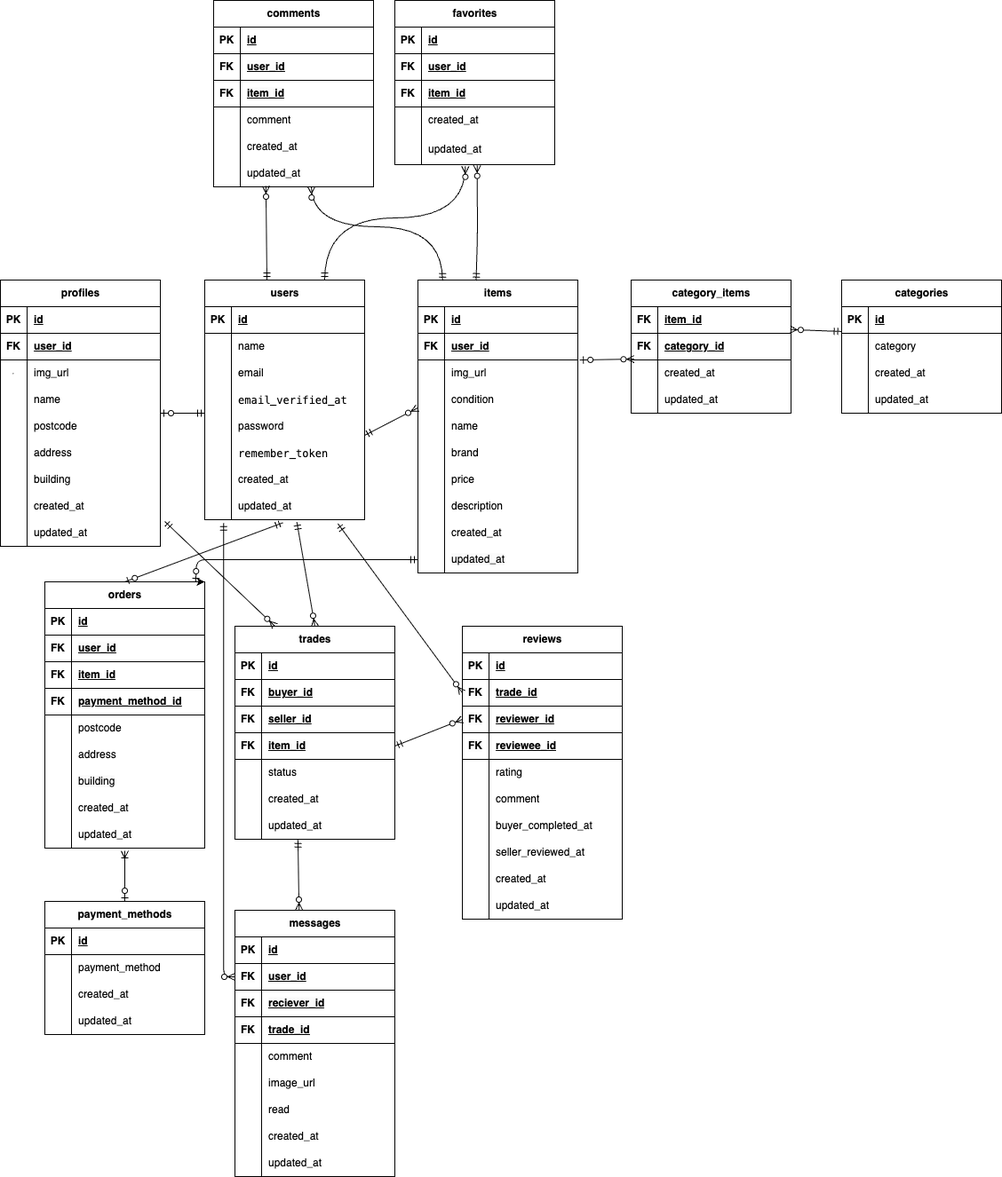
The draw.io diagram market.drawio.png in irokiyo/market-form, before a commit. Source tidied: cells renumbered, new cells last; positions are measured from the earlier drawing's top-left corner, leaving out a move shared by most shapes.
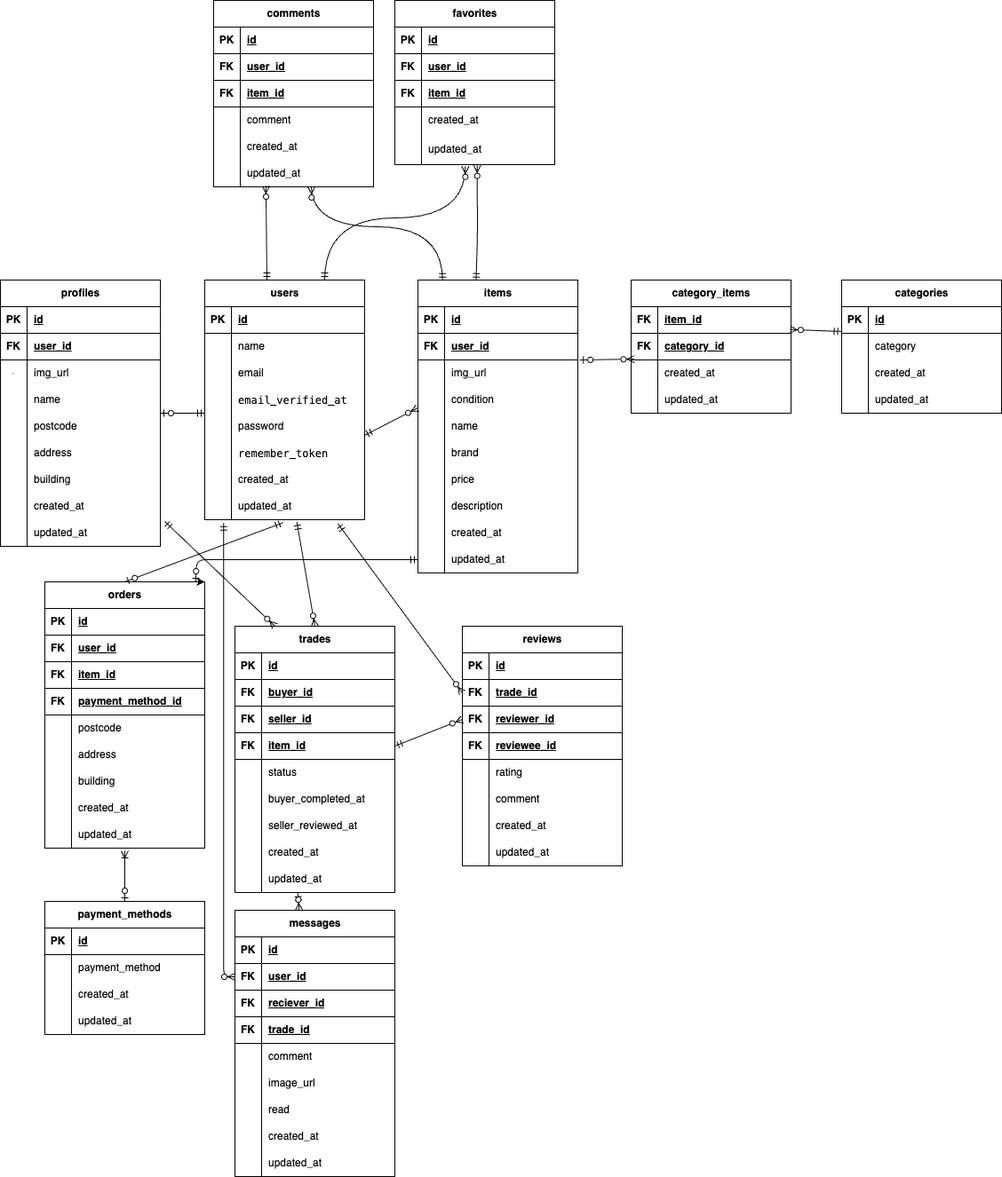
Above is the later version.

The edit, as a diff of the source:
```diff
@@ -619,7 +619,7 @@
       <mxGeometry relative="1" as="geometry" />
     </mxCell>
     <mxCell id="199" value="trades" style="shape=table;startSize=30;rowLines=0;fontStyle=1;align=center;html=1;" parent="1" vertex="1">
-      <mxGeometry x="264" y="705" width="180" height="240" as="geometry" />
+      <mxGeometry x="264" y="705" width="180" height="300" as="geometry" />
     </mxCell>
     <mxCell id="200" style="shape=tableRow;horizontal=0;startSize=0;swimlaneHead=0;swimlaneBody=0;fillColor=none;top=0;left=0;right=0;bottom=1;" parent="199" vertex="1">
       <mxGeometry y="30" width="180" height="30" as="geometry" />
@@ -666,8 +666,26 @@
     <mxCell id="214" value="status" style="shape=partialRectangle;fillColor=none;top=0;left=0;bottom=0;right=0;align=left;spacingLeft=6;overflow=hidden;whiteSpace=wrap;html=1;" parent="212" vertex="1">
       <mxGeometry x="30" width="150" height="30" as="geometry" />
     </mxCell>
+    <mxCell id="287" style="shape=tableRow;horizontal=0;startSize=0;swimlaneHead=0;swimlaneBody=0;fillColor=none;top=0;left=0;right=0;bottom=0;" parent="199" vertex="1">
+      <mxGeometry y="180" width="180" height="30" as="geometry" />
+    </mxCell>
+    <mxCell id="288" style="shape=partialRectangle;fillColor=none;top=0;left=0;bottom=0;right=0;overflow=hidden;whiteSpace=wrap;html=1;" parent="287" vertex="1">
+      <mxGeometry width="30" height="30" as="geometry" />
+    </mxCell>
+    <mxCell id="242" value="&lt;meta charset=&quot;utf-8&quot;&gt;&lt;span style=&quot;color: rgb(0, 0, 0); font-family: Helvetica; font-size: 12px; font-style: normal; font-variant-ligatures: normal; font-variant-caps: normal; font-weight: 400; letter-spacing: normal; orphans: 2; text-align: left; text-indent: 0px; text-transform: none; widows: 2; word-spacing: 0px; -webkit-text-stroke-width: 0px; white-space: normal; background-color: rgb(251, 251, 251); text-decoration-thickness: initial; text-decoration-style: initial; text-decoration-color: initial; display: inline !important; float: none;&quot;&gt;buyer_completed_at&lt;/span&gt;" style="shape=partialRectangle;fillColor=none;top=0;left=0;bottom=0;right=0;align=left;spacingLeft=6;overflow=hidden;whiteSpace=wrap;html=1;" parent="287" vertex="1">
+      <mxGeometry x="30" width="150" height="30" as="geometry" />
+    </mxCell>
+    <mxCell id="240" style="shape=tableRow;horizontal=0;startSize=0;swimlaneHead=0;swimlaneBody=0;fillColor=none;top=0;left=0;right=0;bottom=0;" parent="199" vertex="1">
+      <mxGeometry y="210" width="180" height="30" as="geometry" />
+    </mxCell>
+    <mxCell id="289" style="shape=partialRectangle;fillColor=none;top=0;left=0;bottom=0;right=0;overflow=hidden;whiteSpace=wrap;html=1;" parent="240" vertex="1">
+      <mxGeometry width="30" height="30" as="geometry" />
+    </mxCell>
+    <mxCell id="245" value="&lt;span style=&quot;color: rgb(0, 0, 0);&quot;&gt;seller_reviewed_at&lt;/span&gt;" style="shape=partialRectangle;fillColor=none;top=0;left=0;bottom=0;right=0;align=left;spacingLeft=6;overflow=hidden;whiteSpace=wrap;html=1;" parent="240" vertex="1">
+      <mxGeometry x="30" width="150" height="30" as="geometry" />
+    </mxCell>
     <mxCell id="215" style="shape=tableRow;horizontal=0;startSize=0;swimlaneHead=0;swimlaneBody=0;fillColor=none;top=0;left=0;right=0;bottom=0;" parent="199" vertex="1">
-      <mxGeometry y="180" width="180" height="30" as="geometry" />
+      <mxGeometry y="240" width="180" height="30" as="geometry" />
     </mxCell>
     <mxCell id="216" style="shape=partialRectangle;fillColor=none;top=0;left=0;bottom=0;right=0;overflow=hidden;whiteSpace=wrap;html=1;" parent="215" vertex="1">
       <mxGeometry width="30" height="30" as="geometry" />
@@ -676,7 +694,7 @@
       <mxGeometry x="30" width="150" height="30" as="geometry" />
     </mxCell>
     <mxCell id="218" style="shape=tableRow;horizontal=0;startSize=0;swimlaneHead=0;swimlaneBody=0;fillColor=none;points=[[0,0.5],[1,0.5]];portConstraint=eastwest;top=0;left=0;right=0;bottom=0;" parent="199" vertex="1">
-      <mxGeometry y="210" width="180" height="30" as="geometry" />
+      <mxGeometry y="270" width="180" height="30" as="geometry" />
     </mxCell>
     <mxCell id="219" style="shape=partialRectangle;fillColor=none;top=0;left=0;bottom=0;right=0;overflow=hidden;whiteSpace=wrap;html=1;" parent="218" vertex="1">
       <mxGeometry width="30" height="30" as="geometry" />
@@ -685,7 +703,7 @@
       <mxGeometry x="30" width="150" height="30" as="geometry" />
     </mxCell>
     <mxCell id="221" value="reviews" style="shape=table;startSize=30;rowLines=0;fontStyle=1;align=center;html=1;" parent="1" vertex="1">
-      <mxGeometry x="520" y="705" width="180" height="330" as="geometry" />
+      <mxGeometry x="520" y="705" width="180" height="270" as="geometry" />
     </mxCell>
     <mxCell id="222" style="shape=tableRow;horizontal=0;startSize=0;swimlaneHead=0;swimlaneBody=0;fillColor=none;top=0;left=0;right=0;bottom=1;" parent="221" vertex="1">
       <mxGeometry y="30" width="180" height="30" as="geometry" />
@@ -741,26 +759,8 @@
     <mxCell id="239" value="comment" style="shape=partialRectangle;fillColor=none;top=0;left=0;bottom=0;right=0;align=left;spacingLeft=6;overflow=hidden;whiteSpace=wrap;html=1;" parent="237" vertex="1">
       <mxGeometry x="30" width="150" height="30" as="geometry" />
     </mxCell>
-    <mxCell id="240" style="shape=tableRow;horizontal=0;startSize=0;swimlaneHead=0;swimlaneBody=0;fillColor=none;top=0;left=0;right=0;bottom=0;" parent="221" vertex="1">
-      <mxGeometry y="210" width="180" height="30" as="geometry" />
-    </mxCell>
-    <mxCell id="241" style="shape=partialRectangle;fillColor=none;top=0;left=0;bottom=0;right=0;overflow=hidden;whiteSpace=wrap;html=1;" parent="240" vertex="1">
-      <mxGeometry width="30" height="30" as="geometry" />
-    </mxCell>
-    <mxCell id="242" value="&lt;meta charset=&quot;utf-8&quot;&gt;buyer_completed_at" style="shape=partialRectangle;fillColor=none;top=0;left=0;bottom=0;right=0;align=left;spacingLeft=6;overflow=hidden;whiteSpace=wrap;html=1;" parent="240" vertex="1">
-      <mxGeometry x="30" width="150" height="30" as="geometry" />
-    </mxCell>
-    <mxCell id="243" style="shape=tableRow;horizontal=0;startSize=0;swimlaneHead=0;swimlaneBody=0;fillColor=none;top=0;left=0;right=0;bottom=0;" parent="221" vertex="1">
-      <mxGeometry y="240" width="180" height="30" as="geometry" />
-    </mxCell>
-    <mxCell id="244" style="shape=partialRectangle;fillColor=none;top=0;left=0;bottom=0;right=0;overflow=hidden;whiteSpace=wrap;html=1;" parent="243" vertex="1">
-      <mxGeometry width="30" height="30" as="geometry" />
-    </mxCell>
-    <mxCell id="245" value="seller_reviewed_at" style="shape=partialRectangle;fillColor=none;top=0;left=0;bottom=0;right=0;align=left;spacingLeft=6;overflow=hidden;whiteSpace=wrap;html=1;" parent="243" vertex="1">
-      <mxGeometry x="30" width="150" height="30" as="geometry" />
-    </mxCell>
     <mxCell id="246" style="shape=tableRow;horizontal=0;startSize=0;swimlaneHead=0;swimlaneBody=0;fillColor=none;top=0;left=0;right=0;bottom=0;" parent="221" vertex="1">
-      <mxGeometry y="270" width="180" height="30" as="geometry" />
+      <mxGeometry y="210" width="180" height="30" as="geometry" />
     </mxCell>
     <mxCell id="247" style="shape=partialRectangle;fillColor=none;top=0;left=0;bottom=0;right=0;overflow=hidden;whiteSpace=wrap;html=1;" parent="246" vertex="1">
       <mxGeometry width="30" height="30" as="geometry" />
@@ -769,7 +769,7 @@
       <mxGeometry x="30" width="150" height="30" as="geometry" />
     </mxCell>
     <mxCell id="249" style="shape=tableRow;horizontal=0;startSize=0;swimlaneHead=0;swimlaneBody=0;fillColor=none;top=0;left=0;right=0;bottom=0;" parent="221" vertex="1">
-      <mxGeometry y="300" width="180" height="30" as="geometry" />
+      <mxGeometry y="240" width="180" height="30" as="geometry" />
     </mxCell>
     <mxCell id="250" style="shape=partialRectangle;fillColor=none;top=0;left=0;bottom=0;right=0;overflow=hidden;whiteSpace=wrap;html=1;" parent="249" vertex="1">
       <mxGeometry width="30" height="30" as="geometry" />
```
